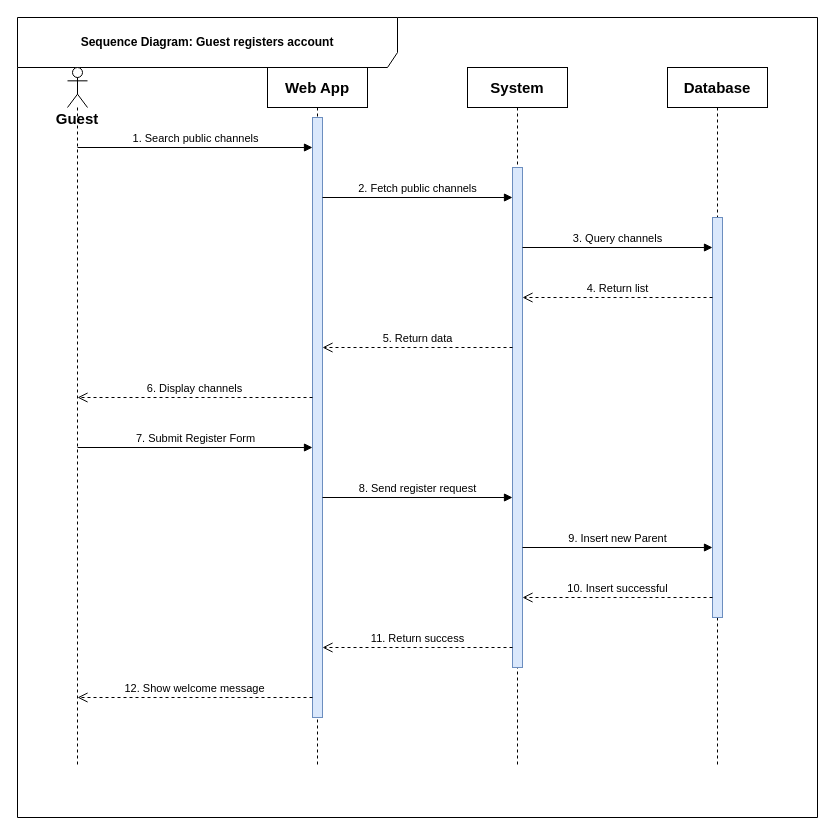
Before: seq_guest.drawio in MahmoudHamdy19/diagrams-, a draw.io diagram. Source tidied: cells renumbered, new cells numbered last; positions are measured from the earlier drawing's top-left corner, leaving out a move shared by most shapes. Both pictures are drawn from the tidied source at 100%, with x=0, y=0 at pixel (17, 17).
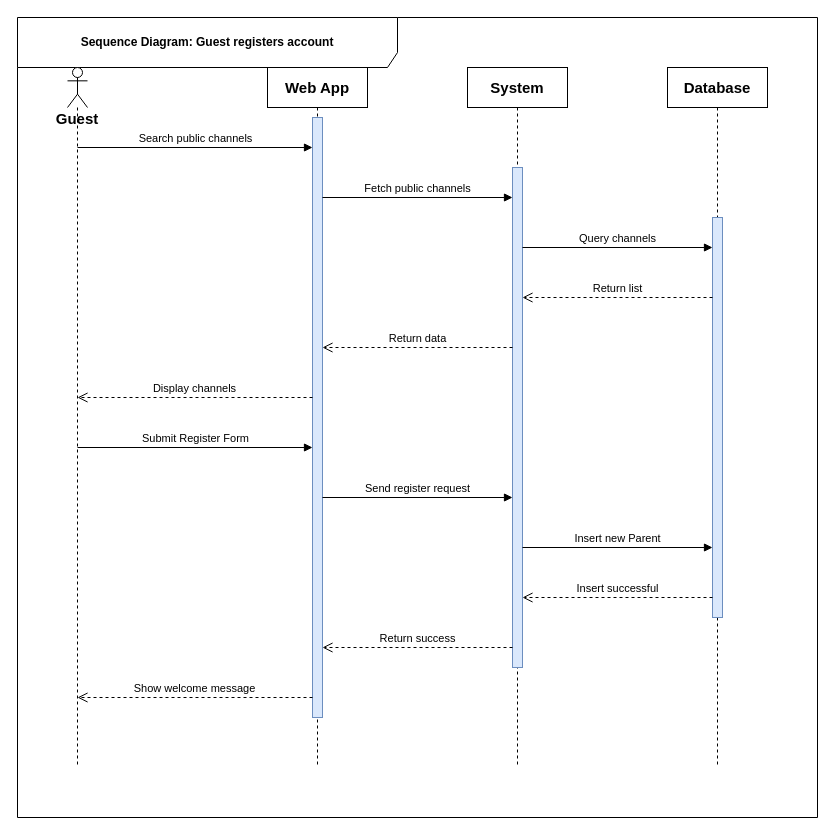
Above is the later version.

Commit message (it also covers changes not shown here):
refactor: remove sequence numbers from diagram message labels

Change to the diagram source:
```diff
@@
-    <mxCell id="10" value="1. Search public channels" style="html=1;verticalAlign=bottom;endArrow=block;fontFamily=Helvetica;" parent="1" edge="1">
+    <mxCell id="10" value="Search public channels" style="html=1;verticalAlign=bottom;endArrow=block;fontFamily=Helvetica;" parent="1" edge="1">
       <mxGeometry relative="1" as="geometry">
         <mxPoint x="60" y="130" as="sourcePoint" />
         <mxPoint x="295" y="130" as="targetPoint" />
       </mxGeometry>
     </mxCell>
-    <mxCell id="11" value="2. Fetch public channels" style="html=1;verticalAlign=bottom;endArrow=block;fontFamily=Helvetica;" parent="1" edge="1">
+    <mxCell id="11" value="Fetch public channels" style="html=1;verticalAlign=bottom;endArrow=block;fontFamily=Helvetica;" parent="1" edge="1">
       <mxGeometry relative="1" as="geometry">
         <mxPoint x="305" y="180" as="sourcePoint" />
         <mxPoint x="495" y="180" as="targetPoint" />
       </mxGeometry>
     </mxCell>
-    <mxCell id="12" value="3. Query channels" style="html=1;verticalAlign=bottom;endArrow=block;fontFamily=Helvetica;" parent="1" edge="1">
+    <mxCell id="12" value="Query channels" style="html=1;verticalAlign=bottom;endArrow=block;fontFamily=Helvetica;" parent="1" edge="1">
       <mxGeometry relative="1" as="geometry">
         <mxPoint x="505" y="230" as="sourcePoint" />
         <mxPoint x="695" y="230" as="targetPoint" />
       </mxGeometry>
     </mxCell>
-    <mxCell id="13" value="4. Return list" style="html=1;verticalAlign=bottom;endArrow=open;dashed=1;endSize=8;fontFamily=Helvetica;" parent="1" edge="1">
+    <mxCell id="13" value="Return list" style="html=1;verticalAlign=bottom;endArrow=open;dashed=1;endSize=8;fontFamily=Helvetica;" parent="1" edge="1">
       <mxGeometry relative="1" as="geometry">
         <mxPoint x="695" y="280" as="sourcePoint" />
         <mxPoint x="505" y="280" as="targetPoint" />
       </mxGeometry>
     </mxCell>
-    <mxCell id="14" value="5. Return data" style="html=1;verticalAlign=bottom;endArrow=open;dashed=1;endSize=8;fontFamily=Helvetica;" parent="1" edge="1">
+    <mxCell id="14" value="Return data" style="html=1;verticalAlign=bottom;endArrow=open;dashed=1;endSize=8;fontFamily=Helvetica;" parent="1" edge="1">
       <mxGeometry relative="1" as="geometry">
         <mxPoint x="495" y="330" as="sourcePoint" />
         <mxPoint x="305" y="330" as="targetPoint" />
       </mxGeometry>
     </mxCell>
-    <mxCell id="15" value="6. Display channels" style="html=1;verticalAlign=bottom;endArrow=open;dashed=1;endSize=8;fontFamily=Helvetica;" parent="1" edge="1">
+    <mxCell id="15" value="Display channels" style="html=1;verticalAlign=bottom;endArrow=open;dashed=1;endSize=8;fontFamily=Helvetica;" parent="1" edge="1">
       <mxGeometry relative="1" as="geometry">
         <mxPoint x="295" y="380" as="sourcePoint" />
         <mxPoint x="60" y="380" as="targetPoint" />
       </mxGeometry>
     </mxCell>
-    <mxCell id="16" value="7. Submit Register Form" style="html=1;verticalAlign=bottom;endArrow=block;fontFamily=Helvetica;" parent="1" edge="1">
+    <mxCell id="16" value="Submit Register Form" style="html=1;verticalAlign=bottom;endArrow=block;fontFamily=Helvetica;" parent="1" edge="1">
       <mxGeometry relative="1" as="geometry">
         <mxPoint x="60" y="430" as="sourcePoint" />
         <mxPoint x="295" y="430" as="targetPoint" />
       </mxGeometry>
     </mxCell>
-    <mxCell id="17" value="8. Send register request" style="html=1;verticalAlign=bottom;endArrow=block;fontFamily=Helvetica;" parent="1" edge="1">
+    <mxCell id="17" value="Send register request" style="html=1;verticalAlign=bottom;endArrow=block;fontFamily=Helvetica;" parent="1" edge="1">
       <mxGeometry relative="1" as="geometry">
         <mxPoint x="305" y="480" as="sourcePoint" />
         <mxPoint x="495" y="480" as="targetPoint" />
       </mxGeometry>
     </mxCell>
-    <mxCell id="18" value="9. Insert new Parent" style="html=1;verticalAlign=bottom;endArrow=block;fontFamily=Helvetica;" parent="1" edge="1">
+    <mxCell id="18" value="Insert new Parent" style="html=1;verticalAlign=bottom;endArrow=block;fontFamily=Helvetica;" parent="1" edge="1">
       <mxGeometry relative="1" as="geometry">
         <mxPoint x="505" y="530" as="sourcePoint" />
         <mxPoint x="695" y="530" as="targetPoint" />
       </mxGeometry>
     </mxCell>
-    <mxCell id="19" value="10. Insert successful" style="html=1;verticalAlign=bottom;endArrow=open;dashed=1;endSize=8;fontFamily=Helvetica;" parent="1" edge="1">
+    <mxCell id="19" value="Insert successful" style="html=1;verticalAlign=bottom;endArrow=open;dashed=1;endSize=8;fontFamily=Helvetica;" parent="1" edge="1">
       <mxGeometry relative="1" as="geometry">
         <mxPoint x="695" y="580" as="sourcePoint" />
         <mxPoint x="505" y="580" as="targetPoint" />
       </mxGeometry>
     </mxCell>
-    <mxCell id="20" value="11. Return success" style="html=1;verticalAlign=bottom;endArrow=open;dashed=1;endSize=8;fontFamily=Helvetica;" parent="1" edge="1">
+    <mxCell id="20" value="Return success" style="html=1;verticalAlign=bottom;endArrow=open;dashed=1;endSize=8;fontFamily=Helvetica;" parent="1" edge="1">
       <mxGeometry relative="1" as="geometry">
         <mxPoint x="495" y="630" as="sourcePoint" />
         <mxPoint x="305" y="630" as="targetPoint" />
       </mxGeometry>
     </mxCell>
-    <mxCell id="21" value="12. Show welcome message" style="html=1;verticalAlign=bottom;endArrow=open;dashed=1;endSize=8;fontFamily=Helvetica;" parent="1" edge="1">
+    <mxCell id="21" value="Show welcome message" style="html=1;verticalAlign=bottom;endArrow=open;dashed=1;endSize=8;fontFamily=Helvetica;" parent="1" edge="1">
       <mxGeometry relative="1" as="geometry">
         <mxPoint x="295" y="680" as="sourcePoint" />
         <mxPoint x="60" y="680" as="targetPoint" />
       </mxGeometry>
     </mxCell>
```
